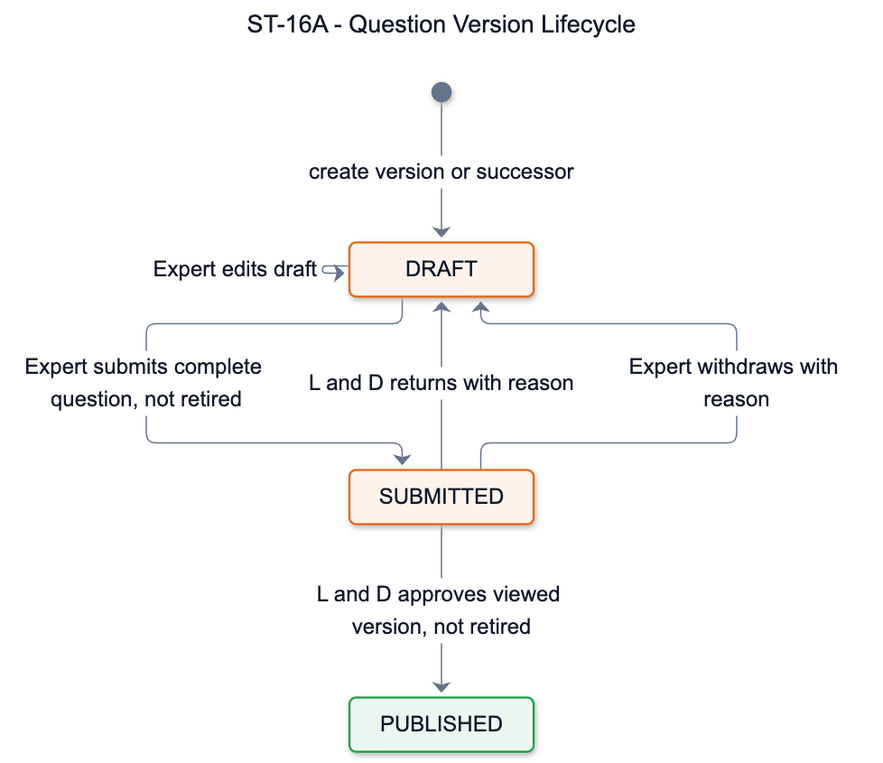
This is documents/diagrams/mermaid/st-16a.png from SEP490-Fall-2026-GFA26SE64/SEP490, a Mermaid export, as it was before one commit. Its source is kept beside it as documents/diagrams/mermaid/st-16a.mmd.
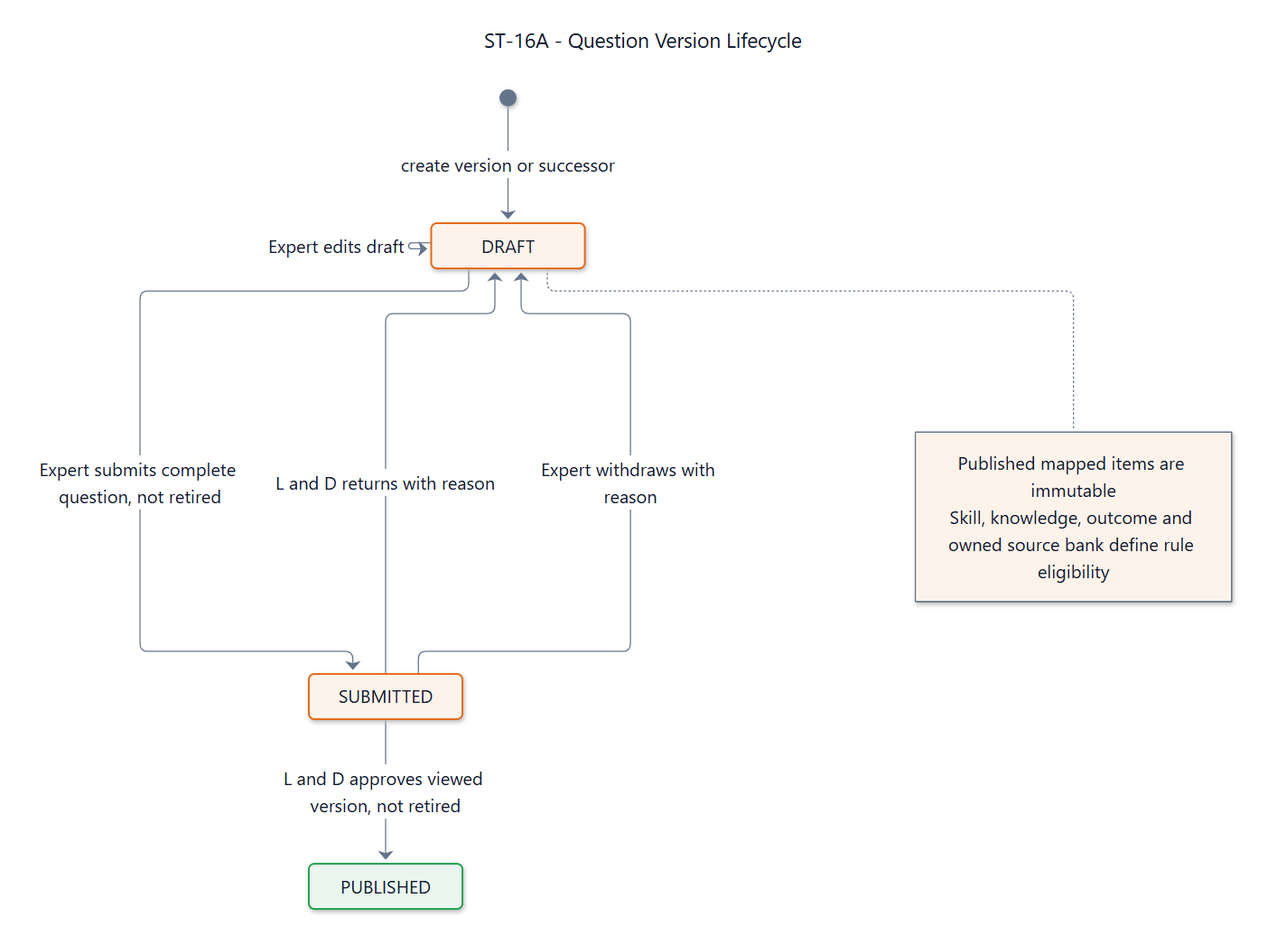
The same file after the commit.

What changed in the source:
```diff
@@ -3,6 +3,7 @@
 title: "ST-16A - Question Version Lifecycle"
 config: {"theme":"base","fontFamily":"Segoe UI, Arial, sans-serif","themeVariables":{"fontFamily":"Segoe UI, Arial, sans-serif","fontSize":"16px","primaryColor":"#ffffff","primaryTextColor":"#0f1729","primaryBorderColor":"#64748b","secondaryColor":"#fef3eb","tertiaryColor":"#ffffff","lineColor":"#64748b","textColor":"#0f1729","mainBkg":"#ffffff","background":"#ffffff","clusterBkg":"#ffffff","clusterBorder":"#64748b","edgeLabelBackground":"#ffffff","titleColor":"#0f1729","noteBkgColor":"#fef3eb","noteTextColor":"#0f1729","noteBorderColor":"#e6650f","labelColor":"#0f1729","compositeBackground":"#ffffff","compositeTitleBackground":"#ffffff","compositeBorder":"#64748b","altBackground":"#ffffff","nodeBorder":"#64748b","nodeTextColor":"#0f1729","cScale0":"#ffffff","cScaleLabel0":"#0f1729","cScale1":"#ffffff","cScaleLabel1":"#0f1729","cScale2":"#ffffff","cScaleLabel2":"#0f1729","cScale3":"#ffffff","cScaleLabel3":"#0f1729","cScale4":"#ffffff","cScaleLabel4":"#0f1729","cScale5":"#ffffff","cScaleLabel5":"#0f1729","cScale6":"#ffffff","cScaleLabel6":"#0f1729","cScale7":"#ffffff","cScaleLabel7":"#0f1729","cScale8":"#ffffff","cScaleLabel8":"#0f1729","cScale9":"#ffffff","cScaleLabel9":"#0f1729","cScale10":"#ffffff","cScaleLabel10":"#0f1729","cScale11":"#ffffff","cScaleLabel11":"#0f1729","secondaryBorderColor":"#64748b","tertiaryBorderColor":"#64748b","secondaryTextColor":"#0f1729","tertiaryTextColor":"#0f1729"},"state":{"nodeSpacing":42,"rankSpacing":64,"padding":16,"fontSize":16,"wrappingWidth":250}}
 ---
+
 stateDiagram-v2
   state "DRAFT" as SDD_ST_16A_Draft
   state "SUBMITTED" as SDD_ST_16A_Submitted
@@ -18,3 +19,8 @@
   classDef accepted fill:#eaf6ef,stroke:#1a9e4a,color:#0f1729,stroke-width:1.5px
   class SDD_ST_16A_Draft,SDD_ST_16A_Submitted working
   class SDD_ST_16A_Published accepted
+
+  note right of SDD_ST_16A_Draft
+    Published mapped items are immutable
+    Skill, knowledge, outcome and owned source bank define rule eligibility
+  end note
```
